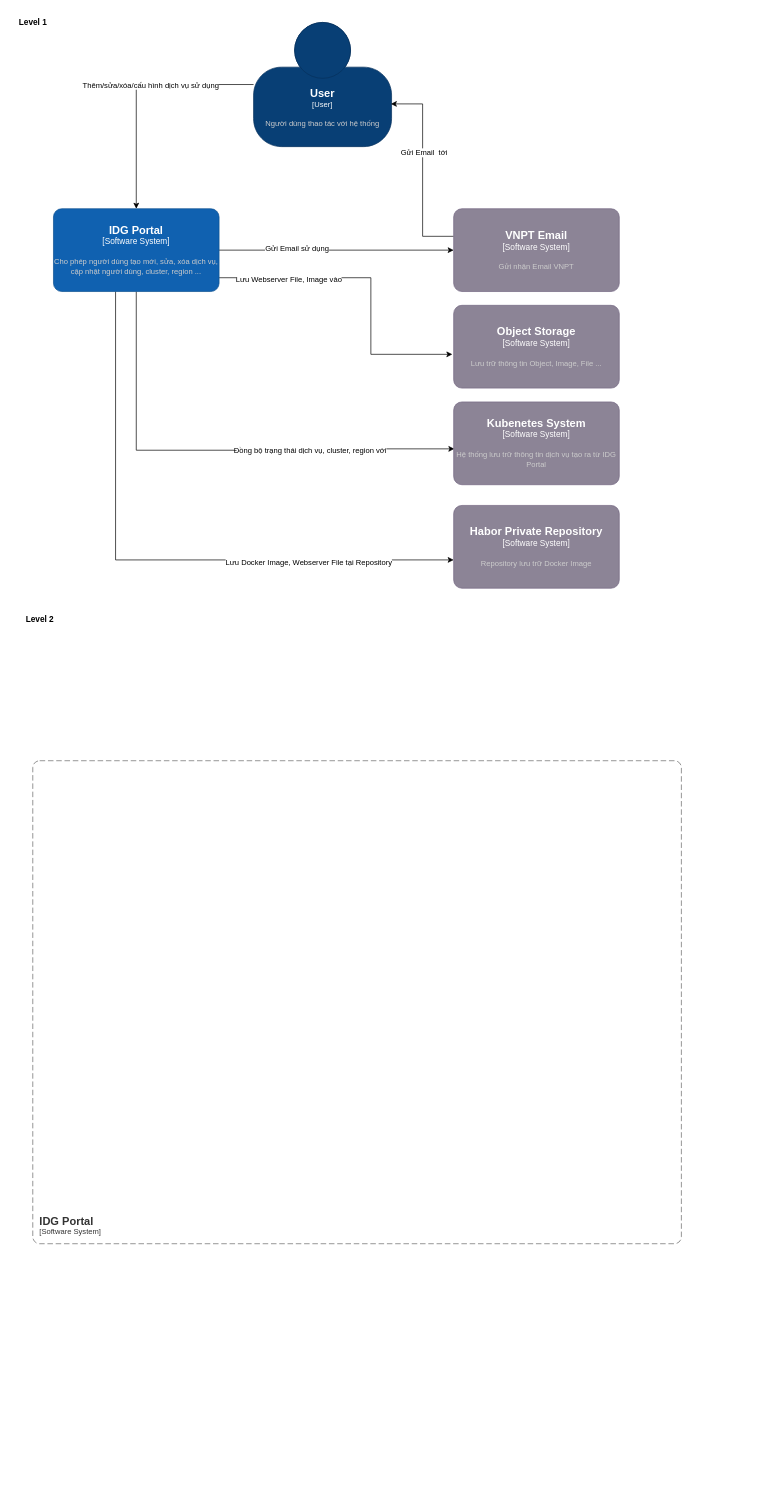
Earlier version of the draw.io diagram IDG-Portal.drawio (dangngocsoncntt/draw.io). Source tidied: cells renumbered, new cells numbered last; positions are measured from the earlier drawing's top-left corner, leaving out a move shared by most shapes. Both pictures are drawn from the tidied source at 69%, with x=0, y=0 at pixel (12, 12).
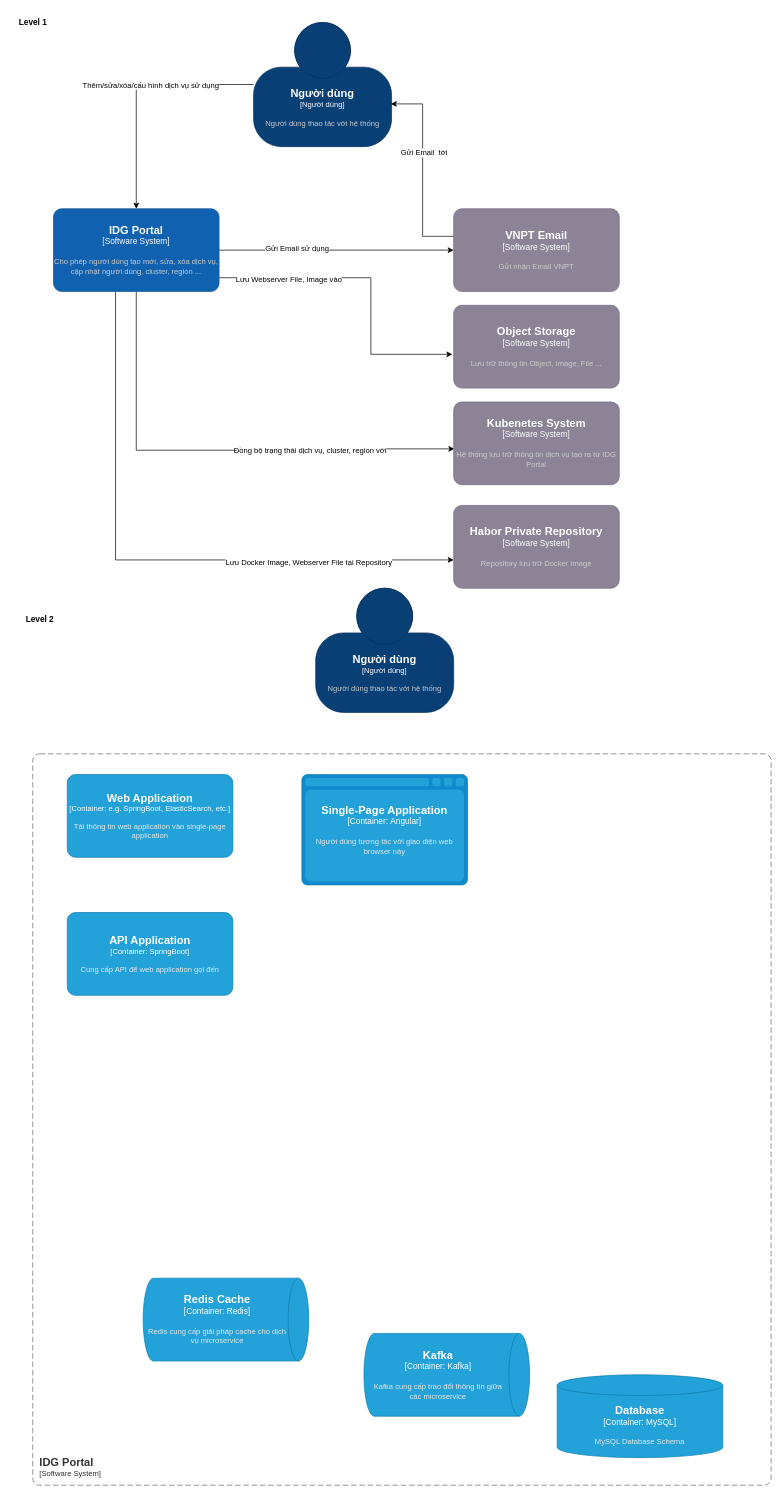
The same diagram, later.

What changed in the source:
```diff
@@
-    <object id="4" label="&lt;font style=&quot;font-size: 16px&quot;&gt;&lt;b&gt;%c4Name%&lt;/b&gt;&lt;/font&gt;&lt;div&gt;[%c4Type%]&lt;/div&gt;&lt;br&gt;&lt;div&gt;&lt;font style=&quot;font-size: 11px&quot;&gt;&lt;font color=&quot;#cccccc&quot;&gt;%c4Description%&lt;/font&gt;&lt;/div&gt;" c4Description="Người dùng thao tác với hệ thống" c4Name="User" c4Type="User" placeholders="1">
+    <object id="4" label="&lt;font style=&quot;font-size: 16px&quot;&gt;&lt;b&gt;%c4Name%&lt;/b&gt;&lt;/font&gt;&lt;div&gt;[%c4Type%]&lt;/div&gt;&lt;br&gt;&lt;div&gt;&lt;font style=&quot;font-size: 11px&quot;&gt;&lt;font color=&quot;#cccccc&quot;&gt;%c4Description%&lt;/font&gt;&lt;/div&gt;" c4Description="Người dùng thao tác với hệ thống" c4Name="Người dùng" c4Type="Người dùng" placeholders="1">
       <mxCell style="html=1;fontSize=11;dashed=0;whiteSpace=wrap;fillColor=#083F75;strokeColor=#06315C;fontColor=#ffffff;shape=mxgraph.c4.person2;align=center;points=[[0.5,0,0],[1,0.5,0],[1,0.75,0],[0.75,1,0],[0.5,1,0],[0.25,1,0],[0,0.75,0],[0,0.5,0]];" parent="1" vertex="1">
         <mxGeometry x="350" y="15" width="200" height="180" as="geometry" />
       </mxCell>
     </object>
@@
     <object id="22" label="&lt;font style=&quot;font-size: 16px&quot;&gt;&lt;b&gt;&lt;div style=&quot;text-align: left&quot;&gt;%c4Name%&lt;/div&gt;&lt;/b&gt;&lt;/font&gt;&lt;div style=&quot;text-align: left&quot;&gt;[%c4Application%]&lt;/div&gt;" c4Application="Software System" c4Name="IDG Portal" placeholders="1">
       <mxCell style="rounded=1;fontSize=11;whiteSpace=wrap;html=1;dashed=1;arcSize=20;fillColor=none;strokeColor=#666666;fontColor=#333333;labelBackgroundColor=none;align=left;verticalAlign=bottom;labelBorderColor=none;spacingTop=0;spacing=10;dashPattern=8 4;perimeter=rectanglePerimeter;noLabel=0;labelPadding=0;absoluteArcSize=1;" parent="1" vertex="1">
-        <mxGeometry x="30" y="1085" width="940" height="700" as="geometry" />
+        <mxGeometry x="30" y="1075" width="1070" height="1060" as="geometry" />
       </mxCell>
     </object>
+    <object id="23" label="&lt;font style=&quot;font-size: 16px&quot;&gt;&lt;b&gt;%c4Type%&lt;/b&gt;&lt;/font&gt;&lt;div&gt;[%c4Container%:&amp;nbsp;%c4Technology%]&lt;/div&gt;&lt;br&gt;&lt;div&gt;&lt;font style=&quot;font-size: 11px&quot;&gt;&lt;font color=&quot;#E6E6E6&quot;&gt;%c4Description%&lt;/font&gt;&lt;/div&gt;" c4Container="Container" c4Description="MySQL Database Schema" c4Technology="MySQL" c4Type="Database" placeholders="1">
+      <mxCell style="shape=cylinder3;size=15;whiteSpace=wrap;html=1;boundedLbl=1;rounded=0;labelBackgroundColor=none;fillColor=#23A2D9;fontSize=12;fontColor=#ffffff;align=center;strokeColor=#0E7DAD;" parent="1" vertex="1">
+        <mxGeometry x="790" y="1975" width="240" height="120" as="geometry" />
+      </mxCell>
+    </object>
+    <object id="24" label="&lt;font style=&quot;font-size: 16px&quot;&gt;&lt;b&gt;%c4Type%&lt;/b&gt;&lt;/font&gt;&lt;div&gt;[%c4Container%:&amp;nbsp;%c4Technology%]&lt;/div&gt;&lt;br&gt;&lt;div&gt;&lt;font style=&quot;font-size: 11px&quot;&gt;&lt;font color=&quot;#E6E6E6&quot;&gt;%c4Description%&lt;/font&gt;&lt;/div&gt;" c4Container="Container" c4Description="Người dùng tương tác với giao diện web browser này" c4Technology="Angular" c4Type="Single-Page Application" placeholders="1">
+      <mxCell style="shape=mxgraph.c4.webBrowserContainer2;whiteSpace=wrap;html=1;boundedLbl=1;rounded=0;labelBackgroundColor=none;strokeColor=#118ACD;fillColor=#23A2D9;strokeColor=#118ACD;strokeColor2=#0E7DAD;fontSize=12;fontColor=#ffffff;align=center;" parent="1" vertex="1">
+        <mxGeometry x="420" y="1105" width="240" height="160" as="geometry" />
+      </mxCell>
+    </object>
+    <object id="25" label="&lt;font style=&quot;font-size: 16px&quot;&gt;&lt;b&gt;%c4Name%&lt;/b&gt;&lt;/font&gt;&lt;div&gt;[%c4Type%: %c4Technology%]&lt;/div&gt;&lt;br&gt;&lt;div&gt;&lt;font style=&quot;font-size: 11px&quot;&gt;&lt;font color=&quot;#E6E6E6&quot;&gt;%c4Description%&lt;/font&gt;&lt;/div&gt;" c4Description="Tải thông tin web application vào single-page application" c4Name="Web Application" c4Technology="e.g. SpringBoot, ElasticSearch, etc." c4Type="Container" placeholders="1">
+      <mxCell style="rounded=1;whiteSpace=wrap;html=1;fontSize=11;labelBackgroundColor=none;fillColor=#23A2D9;fontColor=#ffffff;align=center;arcSize=10;strokeColor=#0E7DAD;" parent="1" vertex="1">
+        <mxGeometry x="80" y="1105" width="240" height="120" as="geometry" />
+      </mxCell>
+    </object>
+    <object id="26" label="&lt;font style=&quot;font-size: 16px&quot;&gt;&lt;b&gt;%c4Name%&lt;/b&gt;&lt;/font&gt;&lt;div&gt;[%c4Type%: %c4Technology%]&lt;/div&gt;&lt;br&gt;&lt;div&gt;&lt;font style=&quot;font-size: 11px&quot;&gt;&lt;font color=&quot;#E6E6E6&quot;&gt;%c4Description%&lt;/font&gt;&lt;/div&gt;" c4Description="Cung cấp API để web application gọi đến " c4Name="API Application" c4Technology="SpringBoot" c4Type="Container" placeholders="1">
+      <mxCell style="rounded=1;whiteSpace=wrap;html=1;fontSize=11;labelBackgroundColor=none;fillColor=#23A2D9;fontColor=#ffffff;align=center;arcSize=10;strokeColor=#0E7DAD;" parent="1" vertex="1">
+        <mxGeometry x="80" y="1305" width="240" height="120" as="geometry" />
+      </mxCell>
+    </object>
+    <object id="27" label="&lt;font style=&quot;font-size: 16px&quot;&gt;&lt;b&gt;%c4Type%&lt;/b&gt;&lt;/font&gt;&lt;div&gt;[%c4Container%:&amp;nbsp;%c4Technology%]&lt;/div&gt;&lt;br&gt;&lt;div&gt;&lt;font style=&quot;font-size: 11px&quot;&gt;&lt;font color=&quot;#E6E6E6&quot;&gt;%c4Description%&lt;/font&gt;&lt;/div&gt;" c4Container="Container" c4Description="Kafka cung cấp trao đổi thông tin giữa các microservice" c4Technology="Kafka" c4Type="Kafka" placeholders="1">
+      <mxCell style="shape=cylinder3;size=15;direction=south;whiteSpace=wrap;html=1;boundedLbl=1;rounded=0;labelBackgroundColor=none;fillColor=#23A2D9;fontSize=12;fontColor=#ffffff;align=center;strokeColor=#0E7DAD;" parent="1" vertex="1">
+        <mxGeometry x="510" y="1915" width="240" height="120" as="geometry" />
+      </mxCell>
+    </object>
+    <object id="28" label="&lt;font style=&quot;font-size: 16px&quot;&gt;&lt;b&gt;%c4Type%&lt;/b&gt;&lt;/font&gt;&lt;div&gt;[%c4Container%:&amp;nbsp;%c4Technology%]&lt;/div&gt;&lt;br&gt;&lt;div&gt;&lt;font style=&quot;font-size: 11px&quot;&gt;&lt;font color=&quot;#E6E6E6&quot;&gt;%c4Description%&lt;/font&gt;&lt;/div&gt;" c4Container="Container" c4Description="Redis cung cấp giải pháp cache cho dịch vụ microservice" c4Technology="Redis" c4Type="Redis Cache" placeholders="1">
+      <mxCell style="shape=cylinder3;size=15;direction=south;whiteSpace=wrap;html=1;boundedLbl=1;rounded=0;labelBackgroundColor=none;fillColor=#23A2D9;fontSize=12;fontColor=#ffffff;align=center;strokeColor=#0E7DAD;" parent="1" vertex="1">
+        <mxGeometry x="190" y="1835" width="240" height="120" as="geometry" />
+      </mxCell>
+    </object>
+    <object id="29" label="&lt;font style=&quot;font-size: 16px&quot;&gt;&lt;b&gt;%c4Name%&lt;/b&gt;&lt;/font&gt;&lt;div&gt;[%c4Type%]&lt;/div&gt;&lt;br&gt;&lt;div&gt;&lt;font style=&quot;font-size: 11px&quot;&gt;&lt;font color=&quot;#cccccc&quot;&gt;%c4Description%&lt;/font&gt;&lt;/div&gt;" c4Description="Người dùng thao tác với hệ thống" c4Name="Người dùng" c4Type="Người dùng" placeholders="1">
+      <mxCell style="html=1;fontSize=11;dashed=0;whiteSpace=wrap;fillColor=#083F75;strokeColor=#06315C;fontColor=#ffffff;shape=mxgraph.c4.person2;align=center;" parent="1" vertex="1">
+        <mxGeometry x="440" y="835" width="200" height="180" as="geometry" />
+      </mxCell>
+    </object>
```
